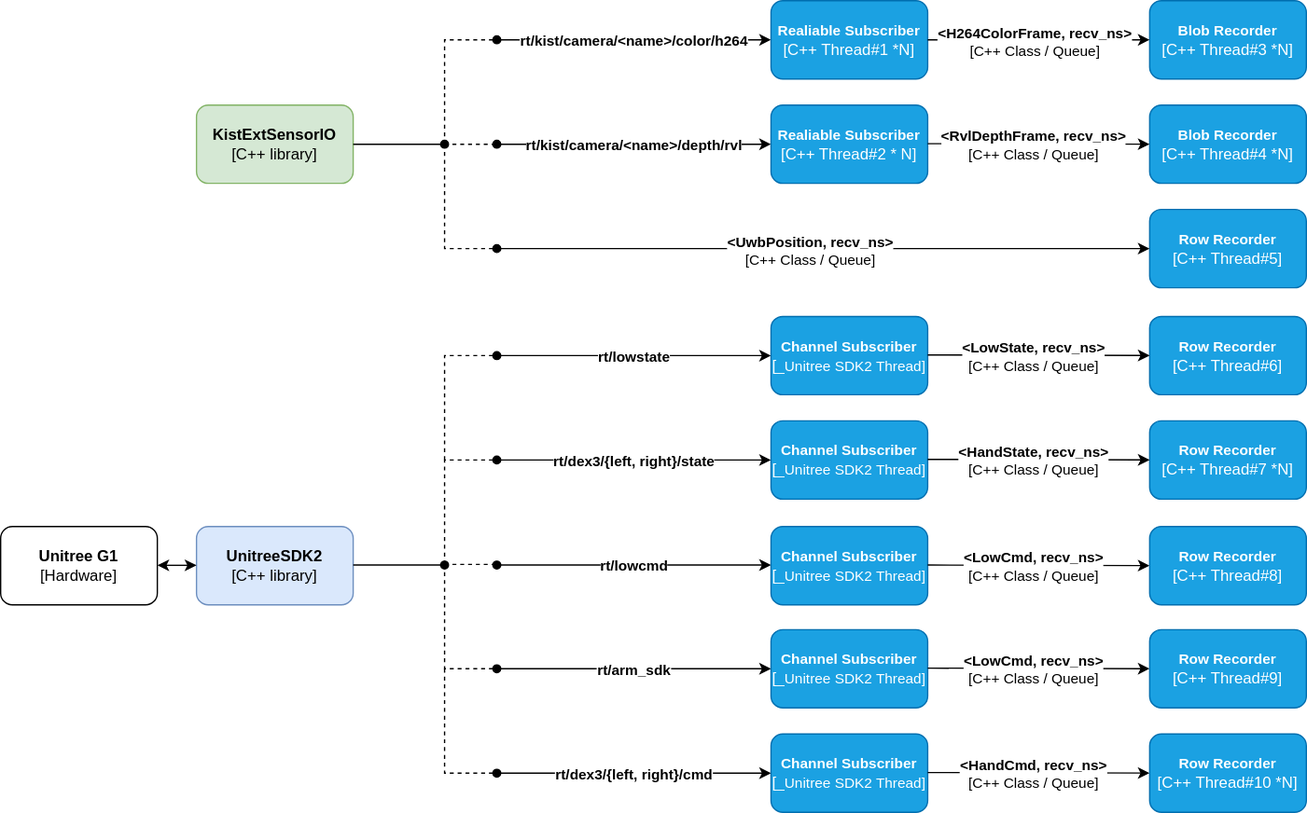
Above: docs/kist-data-collector.svg in Safety-Node/kist-data-collector (draw.io), before the change. Source tidied: cells renumbered, new cells last; positions are measured from the earlier drawing's top-left corner, leaving out a move shared by most shapes.
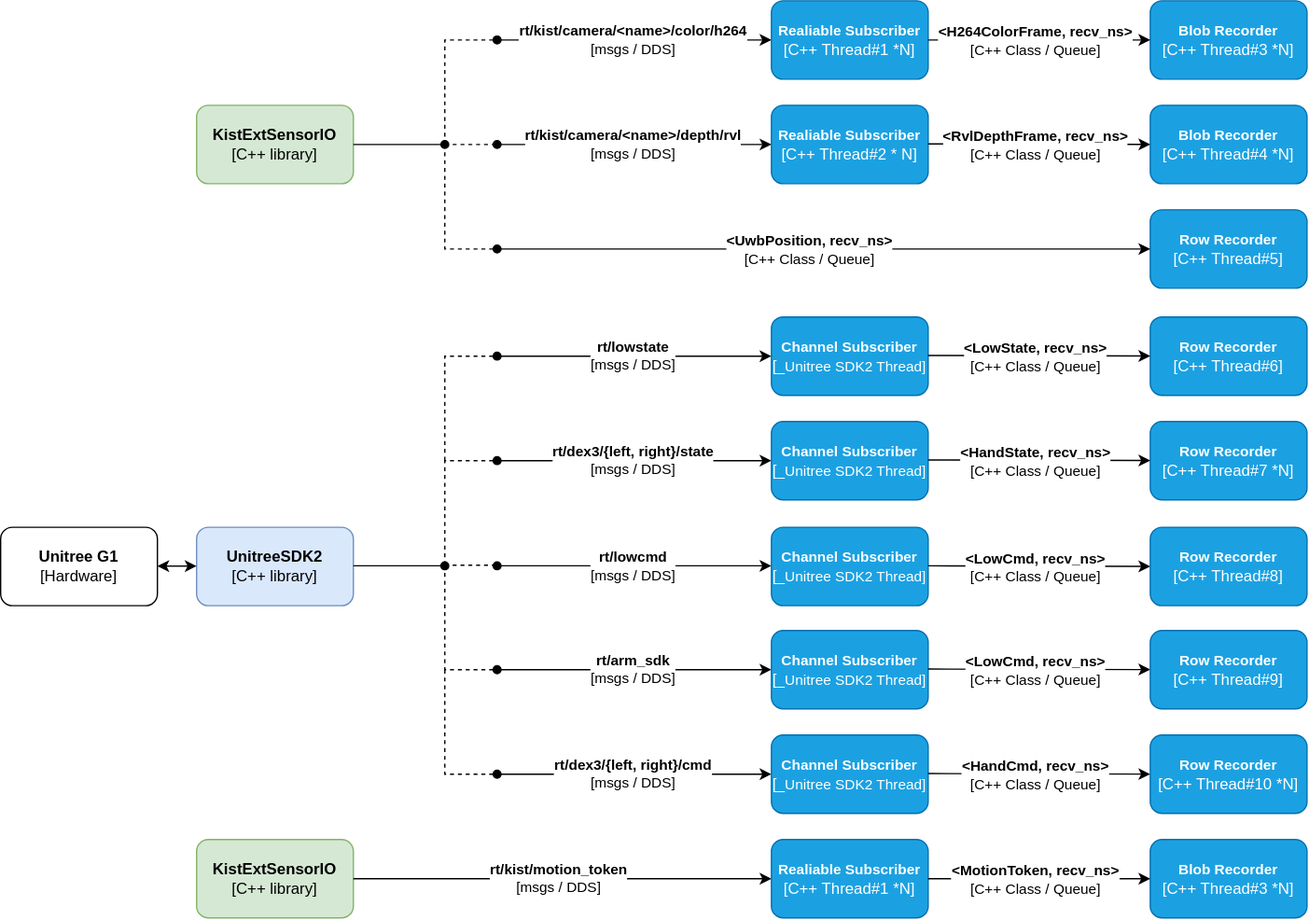
The same diagram one commit later.

Diff of the diagram source:
```diff
@@ -15,7 +15,7 @@
         <mxPoint x="380" y="30" as="sourcePoint" />
       </mxGeometry>
     </mxCell>
-    <mxCell id="5" value="&lt;b&gt;rt/kist/camera/&amp;lt;name&amp;gt;/color/h264&lt;/b&gt;" style="edgeLabel;html=1;align=center;verticalAlign=middle;" parent="4" vertex="1">
+    <mxCell id="5" value="&lt;b&gt;rt/kist/camera/&amp;lt;name&amp;gt;/color/h264&lt;/b&gt;&lt;div&gt;[msgs / DDS]&lt;b&gt;&lt;/b&gt;&lt;/div&gt;" style="edgeLabel;html=1;align=center;verticalAlign=middle;" parent="4" vertex="1">
       <mxGeometry x="-0.05" y="-2" relative="1" as="geometry">
         <mxPoint x="4" y="-2" as="offset" />
       </mxGeometry>
@@ -25,7 +25,7 @@
         <mxPoint x="380" y="110" as="sourcePoint" />
       </mxGeometry>
     </mxCell>
-    <mxCell id="7" value="&lt;b&gt;rt/kist/camera/&amp;lt;name&amp;gt;/depth/rvl&lt;/b&gt;" style="edgeLabel;html=1;align=center;verticalAlign=middle;" parent="6" vertex="1">
+    <mxCell id="7" value="&lt;b&gt;rt/kist/camera/&amp;lt;name&amp;gt;/depth/rvl&lt;/b&gt;&lt;div&gt;[msgs / DDS]&lt;b&gt;&lt;/b&gt;&lt;/div&gt;" style="edgeLabel;html=1;align=center;verticalAlign=middle;" parent="6" vertex="1">
       <mxGeometry x="-0.05" y="-2" relative="1" as="geometry">
         <mxPoint x="4" y="-2" as="offset" />
       </mxGeometry>
@@ -154,7 +154,7 @@
         <mxPoint x="590" y="272" as="targetPoint" />
       </mxGeometry>
     </mxCell>
-    <mxCell id="33" value="&lt;b&gt;rt/lowstate&lt;/b&gt;" style="edgeLabel;html=1;align=center;verticalAlign=middle;" parent="32" vertex="1">
+    <mxCell id="33" value="&lt;b&gt;rt/lowstate&lt;/b&gt;&lt;div&gt;[msgs / DDS]&lt;b&gt;&lt;/b&gt;&lt;/div&gt;" style="edgeLabel;html=1;align=center;verticalAlign=middle;" parent="32" vertex="1">
       <mxGeometry x="-0.05" y="-2" relative="1" as="geometry">
         <mxPoint x="4" y="-2" as="offset" />
       </mxGeometry>
@@ -165,7 +165,7 @@
         <mxPoint x="590" y="352" as="targetPoint" />
       </mxGeometry>
     </mxCell>
-    <mxCell id="35" value="&lt;b&gt;rt/dex3/{left, right}/state&lt;/b&gt;" style="edgeLabel;html=1;align=center;verticalAlign=middle;" parent="34" vertex="1">
+    <mxCell id="35" value="&lt;b&gt;rt/dex3/{left, right}/state&lt;/b&gt;&lt;div&gt;[msgs / DDS]&lt;b&gt;&lt;/b&gt;&lt;/div&gt;" style="edgeLabel;html=1;align=center;verticalAlign=middle;" parent="34" vertex="1">
       <mxGeometry x="-0.05" y="-2" relative="1" as="geometry">
         <mxPoint x="4" y="-2" as="offset" />
       </mxGeometry>
@@ -176,7 +176,7 @@
         <mxPoint x="590" y="432.5" as="targetPoint" />
       </mxGeometry>
     </mxCell>
-    <mxCell id="37" value="&lt;b&gt;rt/lowcmd&lt;/b&gt;" style="edgeLabel;html=1;align=center;verticalAlign=middle;" parent="36" vertex="1">
+    <mxCell id="37" value="&lt;b&gt;rt/lowcmd&lt;/b&gt;&lt;div&gt;[msgs / DDS]&lt;b&gt;&lt;/b&gt;&lt;/div&gt;" style="edgeLabel;html=1;align=center;verticalAlign=middle;" parent="36" vertex="1">
       <mxGeometry x="-0.05" y="-2" relative="1" as="geometry">
         <mxPoint x="4" y="-2" as="offset" />
       </mxGeometry>
@@ -187,7 +187,7 @@
         <mxPoint x="590" y="512" as="targetPoint" />
       </mxGeometry>
     </mxCell>
-    <mxCell id="39" value="&lt;b&gt;rt/arm_sdk&lt;/b&gt;" style="edgeLabel;html=1;align=center;verticalAlign=middle;" parent="38" vertex="1">
+    <mxCell id="39" value="&lt;b&gt;rt/arm_sdk&lt;/b&gt;&lt;div&gt;[msgs / DDS]&lt;b&gt;&lt;/b&gt;&lt;/div&gt;" style="edgeLabel;html=1;align=center;verticalAlign=middle;" parent="38" vertex="1">
       <mxGeometry x="-0.05" y="-2" relative="1" as="geometry">
         <mxPoint x="4" y="-2" as="offset" />
       </mxGeometry>
@@ -207,7 +207,7 @@
         <mxPoint x="590" y="592" as="targetPoint" />
       </mxGeometry>
     </mxCell>
-    <mxCell id="42" value="&lt;b&gt;rt/dex3/{left, right}/cmd&lt;/b&gt;" style="edgeLabel;html=1;align=center;verticalAlign=middle;" parent="41" vertex="1">
+    <mxCell id="42" value="&lt;b&gt;rt/dex3/{left, right}/cmd&lt;/b&gt;&lt;div&gt;[msgs / DDS]&lt;b&gt;&lt;/b&gt;&lt;/div&gt;" style="edgeLabel;html=1;align=center;verticalAlign=middle;" parent="41" vertex="1">
       <mxGeometry x="-0.05" y="-2" relative="1" as="geometry">
         <mxPoint x="4" y="-2" as="offset" />
       </mxGeometry>
@@ -281,5 +281,28 @@
     <mxCell id="60" value="&lt;b&gt;&lt;font style=&quot;font-size: 11px;&quot;&gt;Row Recorder&lt;/font&gt;&lt;/b&gt;&lt;div&gt;&lt;span style=&quot;background-color: transparent; color: light-dark(rgb(255, 255, 255), rgb(18, 18, 18));&quot;&gt;[C++ Thread#10 *N]&lt;/span&gt;&lt;/div&gt;" style="rounded=1;whiteSpace=wrap;html=1;fillColor=#1ba1e2;strokeColor=#006EAF;fontColor=#ffffff;" parent="1" vertex="1">
       <mxGeometry x="880" y="562" width="120" height="60" as="geometry" />
     </mxCell>
+    <mxCell id="61" value="&lt;b&gt;KistExtSensorIO&lt;/b&gt;&lt;div&gt;[C++ library]&lt;/div&gt;" style="rounded=1;whiteSpace=wrap;html=1;fillColor=#d5e8d4;strokeColor=#82b366;" parent="1" vertex="1">
+      <mxGeometry x="150" y="642" width="120" height="60" as="geometry" />
+    </mxCell>
+    <mxCell id="62" style="endArrow=classic;html=1;rounded=0;entryX=0;entryY=0.5;entryDx=0;entryDy=0;startArrow=none;startFill=0;exitX=1;exitY=0.5;exitDx=0;exitDy=0;" parent="1" edge="1" source="61" target="64">
+      <mxGeometry relative="1" as="geometry" />
+    </mxCell>
+    <mxCell id="63" value="&lt;b&gt;rt/kist/motion_token&lt;/b&gt;&lt;div&gt;[msgs / DDS]&lt;/div&gt;" style="edgeLabel;html=1;align=center;verticalAlign=middle;" parent="62" vertex="1">
+      <mxGeometry x="-0.05" y="-2" relative="1" as="geometry">
+        <mxPoint x="4" y="-2" as="offset" />
+      </mxGeometry>
+    </mxCell>
+    <mxCell id="64" value="&lt;b&gt;&lt;font style=&quot;font-size: 11px;&quot;&gt;Realiable Subscriber&lt;/font&gt;&lt;/b&gt;&lt;div&gt;[C++ Thread#1 *N]&lt;/div&gt;" style="rounded=1;whiteSpace=wrap;html=1;fillColor=#1ba1e2;strokeColor=#006EAF;fontColor=#ffffff;" parent="1" vertex="1">
+      <mxGeometry x="590" y="642" width="120" height="60" as="geometry" />
+    </mxCell>
+    <mxCell id="65" value="&lt;b&gt;&lt;font style=&quot;font-size: 11px;&quot;&gt;Blob Recorder&lt;/font&gt;&lt;/b&gt;&lt;div&gt;&lt;span style=&quot;background-color: transparent; color: light-dark(rgb(255, 255, 255), rgb(18, 18, 18));&quot;&gt;[C++ Thread#3 *N]&lt;/span&gt;&lt;/div&gt;" style="rounded=1;whiteSpace=wrap;html=1;fillColor=#1ba1e2;strokeColor=#006EAF;fontColor=#ffffff;" parent="1" vertex="1">
+      <mxGeometry x="880" y="642" width="120" height="60" as="geometry" />
+    </mxCell>
+    <mxCell id="66" style="endArrow=classic;html=1;rounded=0;exitX=1;exitY=0.5;exitDx=0;exitDy=0;entryX=0;entryY=0.5;entryDx=0;entryDy=0;" parent="1" edge="1" source="64" target="65">
+      <mxGeometry relative="1" as="geometry" />
+    </mxCell>
+    <mxCell id="67" value="&lt;div&gt;&lt;b&gt;&amp;lt;MotionToken, recv_ns&amp;gt;&lt;/b&gt;&lt;/div&gt;[C++ Class / Queue]" style="edgeLabel;html=1;align=center;verticalAlign=middle;" parent="66" vertex="1">
+      <mxGeometry x="-0.04" y="-1" relative="1" as="geometry" />
+    </mxCell>
   </root>
 </mxGraphModel>
```
